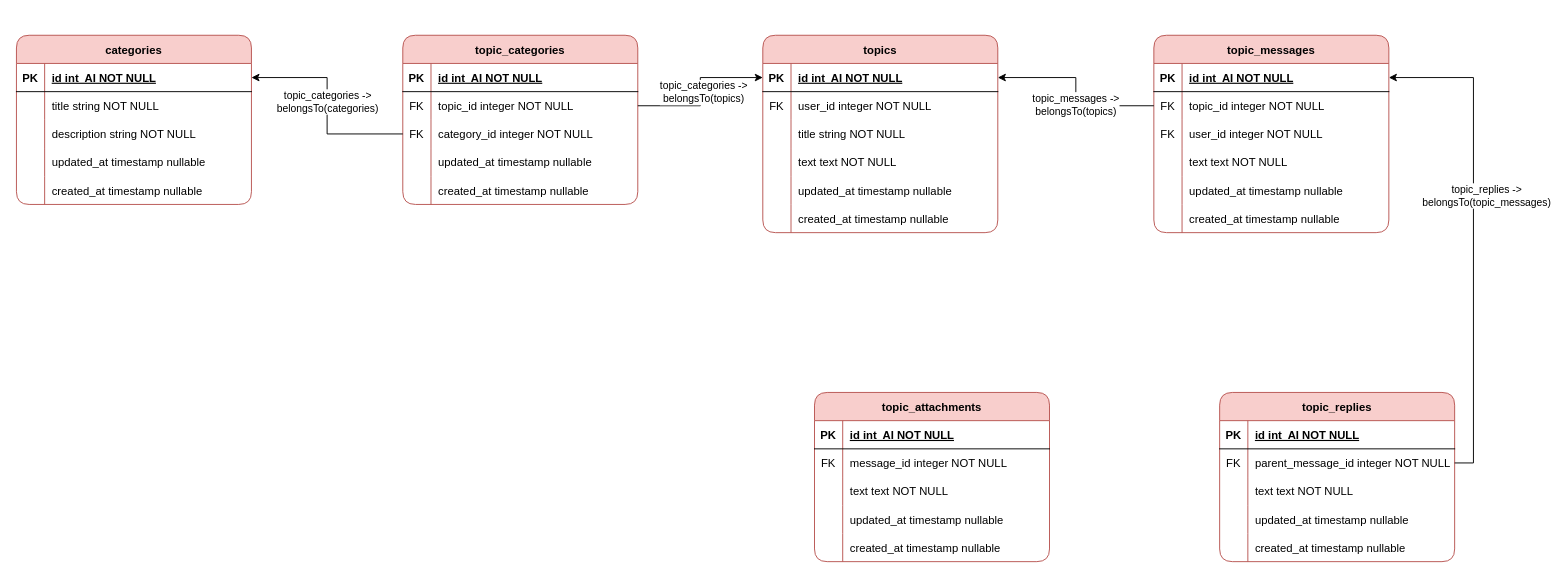
This is page "Community" (5 of 9) of devStorage/DatabaseModel.drawio from AndrewVozniak/WorldPath, a draw.io file, before an edit. Source tidied: cells renumbered, new cells numbered last; positions are measured from the earlier drawing's top-left corner, leaving out a move shared by most shapes. Both pictures are drawn from the tidied source at 94%, with x=0, y=0 at pixel (16, 35).
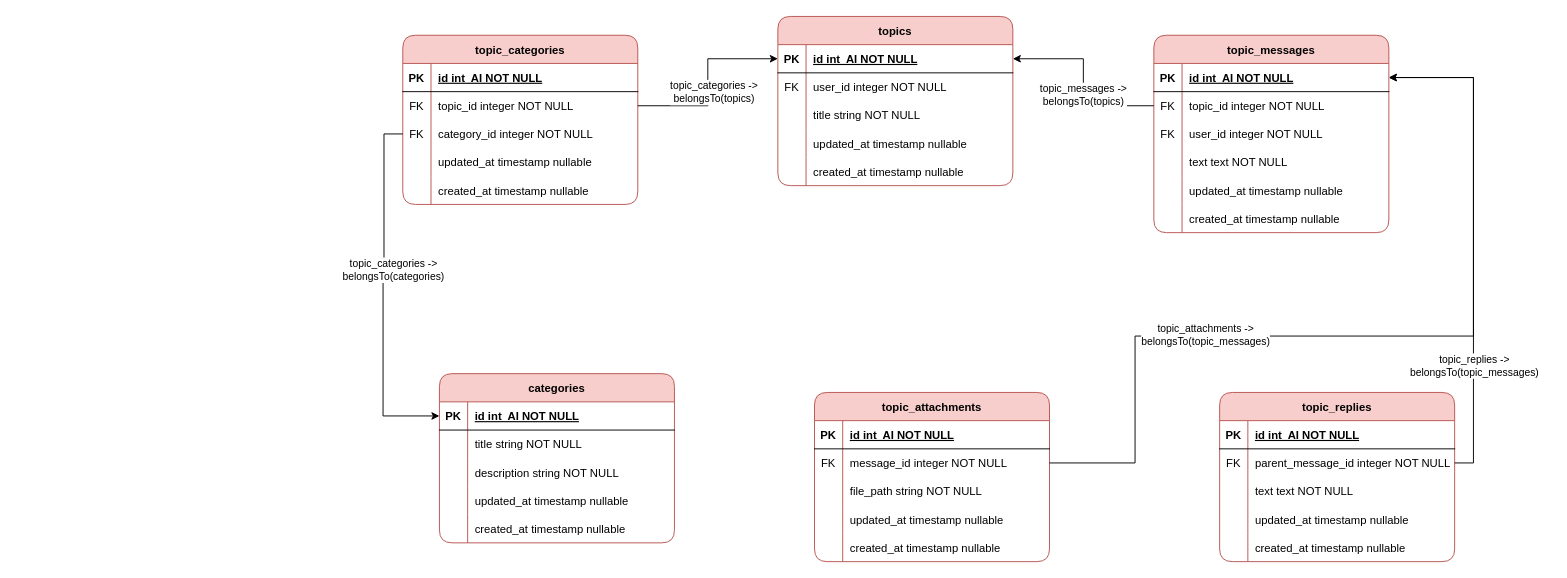
After the change.

Commit message:
Added community database

The change refers to these unchanged cells:
```xml
<mxCell id="22" style="shape=partialRectangle;fillColor=none;points=[[0,0.5],[1,0.5]];portConstraint=eastwest;top=0;left=0;right=0;bottom=1;" parent="21" vertex="1">
  <mxGeometry y="30" width="250" height="30" as="geometry" />
</mxCell>
<mxCell id="44" style="shape=partialRectangle;fillColor=none;points=[[0,0.5],[1,0.5]];portConstraint=eastwest;top=0;left=0;right=0;bottom=0;" parent="37" vertex="1">
  <mxGeometry y="90" width="250" height="30" as="geometry" />
</mxCell>
<mxCell id="58" style="shape=partialRectangle;fillColor=none;points=[[0,0.5],[1,0.5]];portConstraint=eastwest;top=0;left=0;right=0;bottom=1;" parent="57" vertex="1">
  <mxGeometry y="30" width="250" height="30" as="geometry" />
</mxCell>
<mxCell id="94" style="edgeStyle=orthogonalEdgeStyle;rounded=0;jettySize=auto;html=1;exitX=1;exitY=0.5;exitDx=0;exitDy=0;entryX=1;entryY=0.5;entryDx=0;entryDy=0;" parent="1" edge="1" source="82" target="58">
  <mxGeometry relative="1" as="geometry" />
</mxCell>
<mxCell id="100" style="shape=partialRectangle;fillColor=none;points=[[0,0.5],[1,0.5]];portConstraint=eastwest;top=0;left=0;right=0;bottom=0;" parent="96" vertex="1">
  <mxGeometry y="60" width="250" height="30" as="geometry" />
</mxCell>
<mxCell id="103" style="shape=partialRectangle;fillColor=none;top=0;left=0;right=0;bottom=0;" parent="96" vertex="1">
  <mxGeometry y="90" width="250" height="30" as="geometry" />
</mxCell>
```

Change to the diagram source:
```diff
@@
     <mxCell id="2" value="topics" style="shape=table;startSize=30;childLayout=tableLayout;rowLines=0;fontStyle=1;align=center;fillColor=#f8cecc;strokeColor=#b85450;rounded=1;" parent="1" vertex="1">
-      <mxGeometry x="794" width="250" height="210" as="geometry" />
+      <mxGeometry x="810" y="-20" width="250" height="180" as="geometry" />
     </mxCell>
@@
-    <mxCell id="12" style="shape=partialRectangle;fillColor=none;top=0;left=0;right=0;bottom=0;" parent="2" vertex="1">
-      <mxGeometry y="120" width="250" height="30" as="geometry" />
-    </mxCell>
-    <mxCell id="13" style="shape=partialRectangle;overflow=hidden;fillColor=none;top=0;left=0;bottom=0;right=0;" parent="12" vertex="1">
-      <mxGeometry width="30" height="30" as="geometry" />
-    </mxCell>
-    <mxCell id="14" value="text text NOT NULL" style="shape=partialRectangle;overflow=hidden;fillColor=none;top=0;left=0;bottom=0;right=0;align=left;spacingLeft=6;" parent="12" vertex="1">
-      <mxGeometry x="30" width="220" height="30" as="geometry" />
-    </mxCell>
     <mxCell id="15" style="shape=partialRectangle;fillColor=none;top=0;left=0;right=0;bottom=0;" parent="2" vertex="1">
-      <mxGeometry y="150" width="250" height="30" as="geometry" />
+      <mxGeometry y="120" width="250" height="30" as="geometry" />
     </mxCell>
@@
     <mxCell id="18" style="shape=partialRectangle;fillColor=none;top=0;left=0;right=0;bottom=0;" parent="2" vertex="1">
-      <mxGeometry y="180" width="250" height="30" as="geometry" />
+      <mxGeometry y="150" width="250" height="30" as="geometry" />
     </mxCell>
@@
     <mxCell id="21" value="categories" style="shape=table;startSize=30;childLayout=tableLayout;rowLines=0;fontStyle=1;align=center;fillColor=#f8cecc;strokeColor=#b85450;rounded=1;" parent="1" vertex="1">
-      <mxGeometry width="250" height="180" as="geometry" />
+      <mxGeometry x="450" y="360" width="250" height="180" as="geometry" />
     </mxCell>
@@
-    <mxCell id="55" style="edgeStyle=orthogonalEdgeStyle;rounded=0;jettySize=auto;html=1;exitX=0;exitY=0.5;exitDx=0;exitDy=0;entryX=1;entryY=0.5;entryDx=0;entryDy=0;" parent="1" edge="1" source="44" target="22">
-      <mxGeometry relative="1" as="geometry" />
+    <mxCell id="55" style="edgeStyle=orthogonalEdgeStyle;rounded=0;jettySize=auto;html=1;exitX=0;exitY=0.5;exitDx=0;exitDy=0;entryX=0;entryY=0.5;entryDx=0;entryDy=0;" parent="1" edge="1" source="44" target="22">
+      <mxGeometry relative="1" as="geometry">
+        <Array as="points">
+          <mxPoint x="391" y="105" />
+          <mxPoint x="391" y="255" />
+          <mxPoint x="390" y="255" />
+          <mxPoint x="390" y="405" />
+        </Array>
+      </mxGeometry>
     </mxCell>
     <mxCell id="56" value="topic_categories -&amp;gt;&lt;br&gt;belongsTo(categories)" style="edgeLabel;html=1;align=center;verticalAlign=middle;" parent="55" vertex="1">
       <mxGeometry x="0.56" relative="1" as="geometry">
-        <mxPoint x="31" y="25" as="offset" />
+        <mxPoint x="10" y="-132" as="offset" />
       </mxGeometry>
     </mxCell>
@@
     <mxCell id="95" value="topic_replies -&amp;gt;&lt;br&gt;belongsTo(topic_messages)" style="edgeLabel;html=1;align=center;verticalAlign=middle;" parent="94" vertex="1">
       <mxGeometry x="0.23" relative="1" as="geometry">
-        <mxPoint x="13" y="15" as="offset" />
+        <mxPoint y="196" as="offset" />
       </mxGeometry>
     </mxCell>
@@
-    <mxCell id="105" value="text text NOT NULL" style="shape=partialRectangle;overflow=hidden;fillColor=none;top=0;left=0;bottom=0;right=0;align=left;spacingLeft=6;" parent="103" vertex="1">
+    <mxCell id="105" value="file_path string NOT NULL" style="shape=partialRectangle;overflow=hidden;fillColor=none;top=0;left=0;bottom=0;right=0;align=left;spacingLeft=6;" parent="103" vertex="1">
       <mxGeometry x="30" width="220" height="30" as="geometry" />
     </mxCell>
@@
+    <mxCell id="112" style="edgeStyle=orthogonalEdgeStyle;rounded=0;jettySize=auto;html=1;exitX=1;exitY=0.5;exitDx=0;exitDy=0;entryX=1;entryY=0.5;entryDx=0;entryDy=0;" parent="1" edge="1" source="100" target="58">
+      <mxGeometry relative="1" as="geometry">
+        <Array as="points">
+          <mxPoint x="1190" y="455" />
+          <mxPoint x="1190" y="320" />
+          <mxPoint x="1550" y="320" />
+          <mxPoint x="1550" y="45" />
+        </Array>
+      </mxGeometry>
+    </mxCell>
+    <mxCell id="113" value="topic_attachments -&amp;gt;&lt;br&gt;belongsTo(topic_messages)" style="edgeLabel;html=1;align=center;verticalAlign=middle;" parent="112" vertex="1">
+      <mxGeometry x="-0.37" y="2" relative="1" as="geometry" />
+    </mxCell>
```
